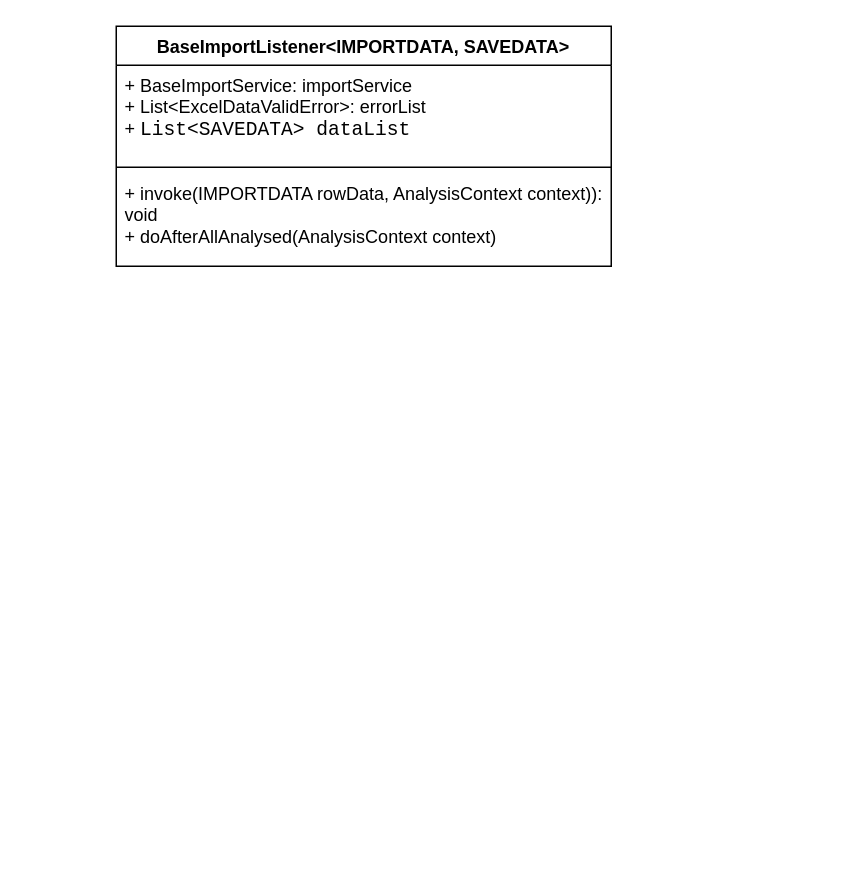
Earlier version of the draw.io diagram excel导出模型.drawio (1135004584/diagrams). Source tidied: cells renumbered, new cells numbered last; positions are measured from the earlier drawing's top-left corner, leaving out a move shared by most shapes. Both pictures are drawn from the tidied source at 150%, with x=0, y=0 at pixel (116, 26).
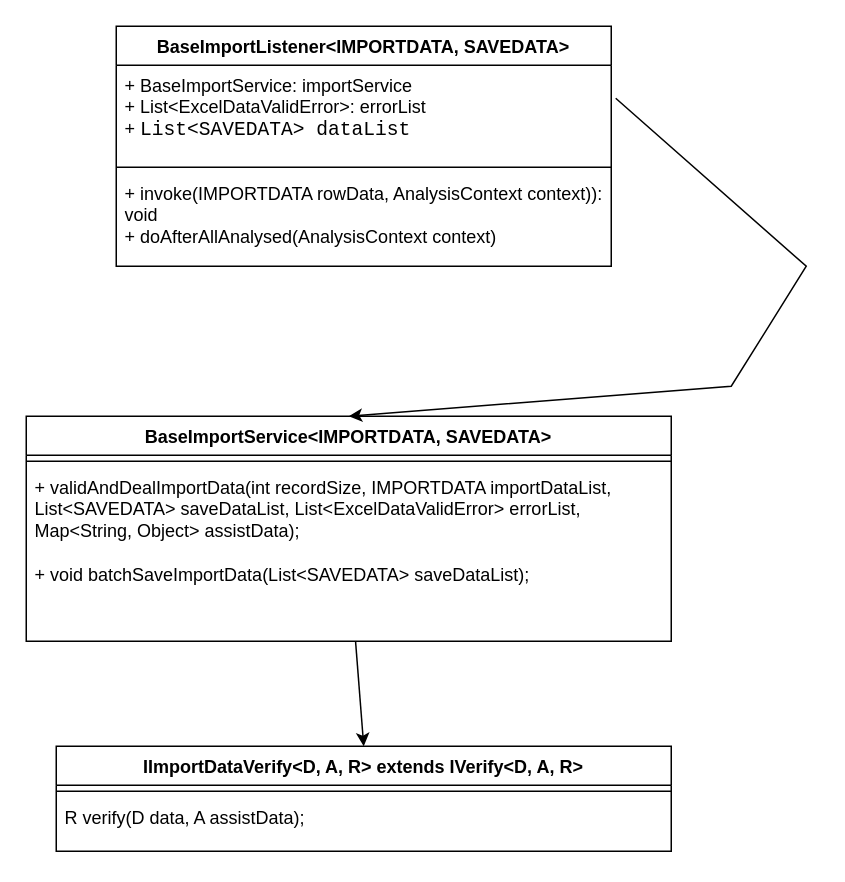
The same diagram, later.

Commit message:
更新excel导出模型.drawio

Change to the diagram source:
```diff
@@
 <mxGraphModel>
   <root>
     <mxCell id="0" />
     <mxCell id="1" parent="0" />
     <mxCell id="2" value="BaseImportListener&amp;lt;IMPORTDATA, SAVEDATA&amp;gt;" style="swimlane;fontStyle=1;align=center;verticalAlign=top;horizontal=1;startSize=26;whiteSpace=wrap;html=1;" parent="1" vertex="1">
       <mxGeometry width="330" height="160" as="geometry" />
     </mxCell>
     <mxCell id="3" value="+&amp;nbsp;BaseImportService:&amp;nbsp;importService&lt;br&gt;+&amp;nbsp;List&amp;lt;ExcelDataValidError&amp;gt;:&amp;nbsp;errorList&lt;br&gt;+&amp;nbsp;&lt;span style=&quot;font-family: &amp;quot;JetBrains Mono&amp;quot;, monospace; font-size: 9.8pt;&quot;&gt;List&amp;lt;&lt;/span&gt;&lt;span style=&quot;font-family: &amp;quot;JetBrains Mono&amp;quot;, monospace; font-size: 9.8pt;&quot;&gt;SAVEDATA&lt;/span&gt;&lt;span style=&quot;font-family: &amp;quot;JetBrains Mono&amp;quot;, monospace; font-size: 9.8pt;&quot;&gt;&amp;gt; &lt;/span&gt;&lt;span style=&quot;font-family: &amp;quot;JetBrains Mono&amp;quot;, monospace; font-size: 9.8pt;&quot;&gt;dataList&lt;/span&gt;" style="text;strokeColor=none;fillColor=none;align=left;verticalAlign=top;spacingLeft=4;spacingRight=4;overflow=hidden;points=[[0,0.5],[1,0.5]];portConstraint=eastwest;whiteSpace=wrap;html=1;" parent="2" vertex="1">
       <mxGeometry y="26" width="330" height="64" as="geometry" />
     </mxCell>
     <mxCell id="4" style="line;strokeWidth=1;fillColor=none;align=left;verticalAlign=middle;spacingTop=-1;spacingLeft=3;spacingRight=3;labelPosition=right;strokeColor=inherit;" parent="2" vertex="1">
       <mxGeometry y="90" width="330" height="8" as="geometry" />
     </mxCell>
     <mxCell id="5" value="+&amp;nbsp;invoke(IMPORTDATA rowData, AnalysisContext context)): void&lt;br&gt;+&amp;nbsp;doAfterAllAnalysed(AnalysisContext context)&lt;span style=&quot;background-color: initial;&quot;&gt;&lt;br&gt;&lt;/span&gt;" style="text;strokeColor=none;fillColor=none;align=left;verticalAlign=top;spacingLeft=4;spacingRight=4;overflow=hidden;whiteSpace=wrap;html=1;" parent="2" vertex="1">
       <mxGeometry y="98" width="330" height="62" as="geometry" />
     </mxCell>
+    <mxCell id="6" value="BaseImportService&amp;lt;IMPORTDATA, SAVEDATA&amp;gt;" style="swimlane;fontStyle=1;align=center;verticalAlign=top;horizontal=1;startSize=26;whiteSpace=wrap;html=1;" parent="1" vertex="1">
+      <mxGeometry x="-60" y="260" width="430" height="150" as="geometry" />
+    </mxCell>
+    <mxCell id="7" style="line;strokeWidth=1;fillColor=none;align=left;verticalAlign=middle;spacingTop=-1;spacingLeft=3;spacingRight=3;labelPosition=right;strokeColor=inherit;" parent="6" vertex="1">
+      <mxGeometry y="26" width="430" height="8" as="geometry" />
+    </mxCell>
+    <mxCell id="8" value="+&amp;nbsp;validAndDealImportData(int recordSize, IMPORTDATA importDataList, List&amp;lt;SAVEDATA&amp;gt; saveDataList, List&amp;lt;ExcelDataValidError&amp;gt; errorList, Map&amp;lt;String, Object&amp;gt; assistData);&lt;br&gt;&lt;br&gt;+&amp;nbsp;void batchSaveImportData(List&amp;lt;SAVEDATA&amp;gt; saveDataList);" style="text;strokeColor=none;fillColor=none;align=left;verticalAlign=top;spacingLeft=4;spacingRight=4;overflow=hidden;points=[[0,0.5],[1,0.5]];portConstraint=eastwest;whiteSpace=wrap;html=1;" parent="6" vertex="1">
+      <mxGeometry y="34" width="430" height="116" as="geometry" />
+    </mxCell>
+    <mxCell id="9" style="endArrow=classic;html=1;rounded=0;entryX=0.5;entryY=0;entryDx=0;entryDy=0;exitX=1.009;exitY=0.344;exitDx=0;exitDy=0;exitPerimeter=0;" parent="1" edge="1" source="3" target="6">
+      <mxGeometry relative="1" as="geometry">
+        <Array as="points">
+          <mxPoint x="460" y="160" />
+          <mxPoint x="410" y="240" />
+        </Array>
+      </mxGeometry>
+    </mxCell>
+    <mxCell id="10" value="IImportDataVerify&amp;lt;D, A, R&amp;gt; extends IVerify&amp;lt;D, A, R&amp;gt;" style="swimlane;fontStyle=1;align=center;verticalAlign=top;horizontal=1;startSize=26;whiteSpace=wrap;html=1;" parent="1" vertex="1">
+      <mxGeometry x="-40" y="480" width="410" height="70" as="geometry" />
+    </mxCell>
+    <mxCell id="11" style="line;strokeWidth=1;fillColor=none;align=left;verticalAlign=middle;spacingTop=-1;spacingLeft=3;spacingRight=3;labelPosition=right;strokeColor=inherit;" parent="10" vertex="1">
+      <mxGeometry y="26" width="410" height="8" as="geometry" />
+    </mxCell>
+    <mxCell id="12" value="R verify(D data, A assistData);" style="text;strokeColor=none;fillColor=none;align=left;verticalAlign=top;spacingLeft=4;spacingRight=4;overflow=hidden;whiteSpace=wrap;html=1;" parent="10" vertex="1">
+      <mxGeometry y="34" width="410" height="36" as="geometry" />
+    </mxCell>
+    <mxCell id="13" style="endArrow=classic;html=1;rounded=0;entryX=0.5;entryY=0;entryDx=0;entryDy=0;" parent="1" edge="1" source="8" target="10">
+      <mxGeometry relative="1" as="geometry" />
+    </mxCell>
   </root>
 </mxGraphModel>
```
